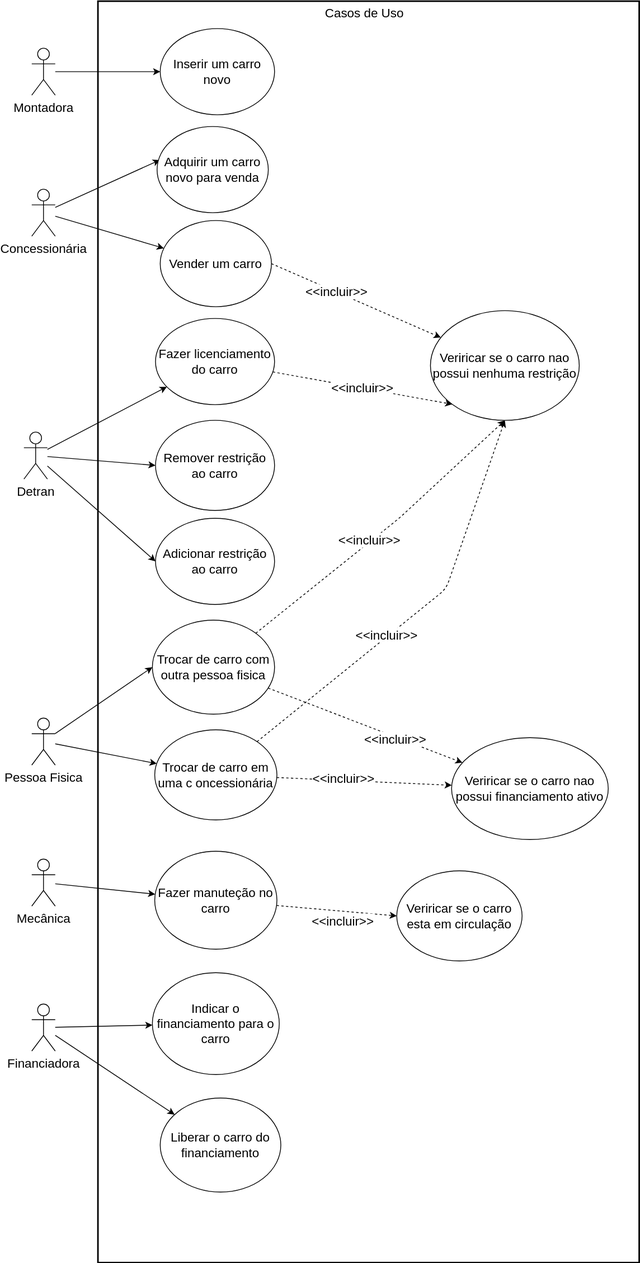
Above: docs/diagrams/uml/use_cases.drawio.svg in yurihartmann/car_lifes_cycle_hyperledger_fabric (draw.io), before the change. Source tidied: cells renumbered, new cells last; positions are measured from the earlier drawing's top-left corner, leaving out a move shared by most shapes. The source it was exported from:
```xml
<mxGraphModel>
  <root>
    <mxCell id="0" />
    <mxCell id="1" parent="0" />
    <mxCell id="2" style="rounded=0;whiteSpace=wrap;html=1;fontSize=16;strokeWidth=2;" parent="1" vertex="1">
      <mxGeometry x="94.5" width="691" height="1610" as="geometry" />
    </mxCell>
    <mxCell id="3" value="&lt;font style=&quot;font-size: 16px;&quot;&gt;Casos de Uso&lt;/font&gt;" style="text;html=1;strokeColor=none;fillColor=none;align=center;verticalAlign=middle;whiteSpace=wrap;rounded=0;fontSize=16;" parent="1" vertex="1">
      <mxGeometry x="369.5" width="130" height="30" as="geometry" />
    </mxCell>
    <mxCell id="4" style="edgeStyle=none;html=1;fontSize=16;" parent="1" edge="1" source="5" target="10">
      <mxGeometry relative="1" as="geometry" />
    </mxCell>
    <mxCell id="5" value="Montadora" style="shape=umlActor;verticalLabelPosition=bottom;verticalAlign=top;html=1;outlineConnect=0;fontSize=16;" parent="1" vertex="1">
      <mxGeometry x="10" y="60" width="30" height="60" as="geometry" />
    </mxCell>
    <mxCell id="6" style="edgeStyle=none;html=1;fontSize=16;" parent="1" edge="1" source="9" target="12">
      <mxGeometry relative="1" as="geometry" />
    </mxCell>
    <mxCell id="7" style="edgeStyle=none;html=1;entryX=0;entryY=0.5;entryDx=0;entryDy=0;fontSize=16;" parent="1" edge="1" source="9" target="39">
      <mxGeometry relative="1" as="geometry" />
    </mxCell>
    <mxCell id="8" style="edgeStyle=none;html=1;entryX=0;entryY=0.5;entryDx=0;entryDy=0;fontSize=16;" parent="1" edge="1" source="9" target="40">
      <mxGeometry relative="1" as="geometry" />
    </mxCell>
    <mxCell id="9" value="Detran&lt;br style=&quot;font-size: 16px;&quot;&gt;" style="shape=umlActor;verticalLabelPosition=bottom;verticalAlign=top;html=1;outlineConnect=0;fontSize=16;" parent="1" vertex="1">
      <mxGeometry y="550" width="30" height="60" as="geometry" />
    </mxCell>
    <mxCell id="10" value="Inserir um carro novo" style="ellipse;whiteSpace=wrap;html=1;fontSize=16;" parent="1" vertex="1">
      <mxGeometry x="174" y="35" width="146" height="110" as="geometry" />
    </mxCell>
    <mxCell id="11" value="&amp;lt;&amp;lt;incluir&amp;gt;&amp;gt;" style="edgeStyle=none;html=1;dashed=1;fontSize=16;entryX=0;entryY=1;entryDx=0;entryDy=0;" parent="1" edge="1" source="12" target="38">
      <mxGeometry relative="1" as="geometry" />
    </mxCell>
    <mxCell id="12" value="Fazer licenciamento do carro" style="ellipse;whiteSpace=wrap;html=1;fontSize=16;" parent="1" vertex="1">
      <mxGeometry x="168" y="405" width="152" height="110" as="geometry" />
    </mxCell>
    <mxCell id="13" style="edgeStyle=none;html=1;fontSize=16;" parent="1" edge="1" source="14" target="17">
      <mxGeometry relative="1" as="geometry" />
    </mxCell>
    <mxCell id="14" value="Mecânica" style="shape=umlActor;verticalLabelPosition=bottom;verticalAlign=top;html=1;outlineConnect=0;fontSize=16;" parent="1" vertex="1">
      <mxGeometry x="10" y="1095" width="30" height="60" as="geometry" />
    </mxCell>
    <mxCell id="15" style="edgeStyle=none;html=1;dashed=1;fontSize=16;entryX=0;entryY=0.5;entryDx=0;entryDy=0;" parent="1" edge="1" source="17" target="41">
      <mxGeometry relative="1" as="geometry" />
    </mxCell>
    <mxCell id="16" value="&amp;lt;&amp;lt;incluir&amp;gt;&amp;gt;" style="edgeLabel;html=1;align=center;verticalAlign=middle;fontSize=16;" parent="15" vertex="1">
      <mxGeometry x="0.28" y="2" relative="1" as="geometry">
        <mxPoint x="-15" y="13" as="offset" />
      </mxGeometry>
    </mxCell>
    <mxCell id="17" value="Fazer manuteção no carro" style="ellipse;whiteSpace=wrap;html=1;fontSize=16;" parent="1" vertex="1">
      <mxGeometry x="167" y="1085" width="156" height="125" as="geometry" />
    </mxCell>
    <mxCell id="18" style="edgeStyle=none;html=1;fontSize=16;" parent="1" edge="1" source="20" target="21">
      <mxGeometry relative="1" as="geometry" />
    </mxCell>
    <mxCell id="19" style="edgeStyle=none;html=1;entryX=0.025;entryY=0.388;entryDx=0;entryDy=0;entryPerimeter=0;fontSize=16;" parent="1" edge="1" source="20" target="22">
      <mxGeometry relative="1" as="geometry" />
    </mxCell>
    <mxCell id="20" value="&lt;span style=&quot;font-size: 16px; background-color: rgb(255, 255, 255);&quot;&gt;Concessionária&lt;/span&gt;" style="shape=umlActor;verticalLabelPosition=bottom;verticalAlign=top;html=1;outlineConnect=0;fontSize=16;" parent="1" vertex="1">
      <mxGeometry x="10" y="240" width="30" height="60" as="geometry" />
    </mxCell>
    <mxCell id="21" value="Vender um carro" style="ellipse;whiteSpace=wrap;html=1;fontSize=16;" parent="1" vertex="1">
      <mxGeometry x="174" y="280" width="142" height="110" as="geometry" />
    </mxCell>
    <mxCell id="22" value="Adquirir um carro novo para venda" style="ellipse;whiteSpace=wrap;html=1;fontSize=16;" parent="1" vertex="1">
      <mxGeometry x="170" y="160" width="142" height="110" as="geometry" />
    </mxCell>
    <mxCell id="23" style="edgeStyle=none;html=1;dashed=1;fontSize=16;exitX=1;exitY=0.5;exitDx=0;exitDy=0;" parent="1" edge="1" source="21" target="38">
      <mxGeometry relative="1" as="geometry" />
    </mxCell>
    <mxCell id="24" value="&amp;lt;&amp;lt;incluir&amp;gt;&amp;gt;" style="edgeLabel;html=1;align=center;verticalAlign=middle;fontSize=16;" parent="23" vertex="1">
      <mxGeometry x="-0.24" y="1" relative="1" as="geometry" />
    </mxCell>
    <mxCell id="25" style="edgeStyle=none;html=1;entryX=0;entryY=0.5;entryDx=0;entryDy=0;fontSize=16;" parent="1" edge="1" source="27" target="32">
      <mxGeometry relative="1" as="geometry" />
    </mxCell>
    <mxCell id="26" style="edgeStyle=none;html=1;fontSize=16;" parent="1" edge="1" source="27" target="37">
      <mxGeometry relative="1" as="geometry" />
    </mxCell>
    <mxCell id="27" value="Pessoa Fisica" style="shape=umlActor;verticalLabelPosition=bottom;verticalAlign=top;html=1;outlineConnect=0;fontSize=16;" parent="1" vertex="1">
      <mxGeometry x="10" y="915" width="30" height="60" as="geometry" />
    </mxCell>
    <mxCell id="28" style="edgeStyle=none;html=1;entryX=0.5;entryY=1;entryDx=0;entryDy=0;dashed=1;fontSize=16;" parent="1" edge="1" source="32" target="38">
      <mxGeometry relative="1" as="geometry">
        <Array as="points">
          <mxPoint x="479" y="660" />
        </Array>
      </mxGeometry>
    </mxCell>
    <mxCell id="29" value="&amp;lt;&amp;lt;incluir&amp;gt;&amp;gt;" style="edgeLabel;html=1;align=center;verticalAlign=middle;fontSize=16;" parent="28" vertex="1">
      <mxGeometry x="-0.1" y="3" relative="1" as="geometry" />
    </mxCell>
    <mxCell id="30" style="edgeStyle=none;html=1;dashed=1;fontSize=16;" parent="1" edge="1" source="32" target="42">
      <mxGeometry relative="1" as="geometry" />
    </mxCell>
    <mxCell id="31" value="&lt;span style=&quot;font-size: 16px;&quot;&gt;&amp;lt;&amp;lt;incluir&amp;gt;&amp;gt;&lt;/span&gt;" style="edgeLabel;html=1;align=center;verticalAlign=middle;fontSize=16;" parent="30" vertex="1">
      <mxGeometry x="0.31" y="-3" relative="1" as="geometry" />
    </mxCell>
    <mxCell id="32" value="Trocar de carro com outra pessoa fisica" style="ellipse;whiteSpace=wrap;html=1;fontSize=16;" parent="1" vertex="1">
      <mxGeometry x="164" y="790" width="156" height="120" as="geometry" />
    </mxCell>
    <mxCell id="33" style="edgeStyle=none;html=1;dashed=1;fontSize=16;entryX=0.5;entryY=1;entryDx=0;entryDy=0;" parent="1" edge="1" source="37" target="38">
      <mxGeometry relative="1" as="geometry">
        <Array as="points">
          <mxPoint x="539" y="750" />
        </Array>
      </mxGeometry>
    </mxCell>
    <mxCell id="34" value="&amp;lt;&amp;lt;incluir&amp;gt;&amp;gt;" style="edgeLabel;html=1;align=center;verticalAlign=middle;fontSize=16;" parent="33" vertex="1">
      <mxGeometry x="-0.2" y="3" relative="1" as="geometry" />
    </mxCell>
    <mxCell id="35" style="edgeStyle=none;html=1;dashed=1;fontSize=16;" parent="1" edge="1" source="37" target="42">
      <mxGeometry relative="1" as="geometry" />
    </mxCell>
    <mxCell id="36" value="&lt;span style=&quot;font-size: 16px;&quot;&gt;&amp;lt;&amp;lt;incluir&amp;gt;&amp;gt;&lt;/span&gt;" style="edgeLabel;html=1;align=center;verticalAlign=middle;fontSize=16;" parent="35" vertex="1">
      <mxGeometry x="-0.24" y="3" relative="1" as="geometry" />
    </mxCell>
    <mxCell id="37" value="Trocar de carro em uma c&lt;span style=&quot;background-color: rgb(255, 255, 255); font-size: 16px;&quot;&gt;&lt;font style=&quot;font-size: 16px;&quot;&gt;oncessionária&lt;/font&gt;&lt;/span&gt;" style="ellipse;whiteSpace=wrap;html=1;fontSize=16;" parent="1" vertex="1">
      <mxGeometry x="167" y="930" width="156" height="115" as="geometry" />
    </mxCell>
    <mxCell id="38" value="Veriricar se o carro nao possui nenhuma restrição" style="ellipse;whiteSpace=wrap;html=1;fontSize=16;" parent="1" vertex="1">
      <mxGeometry x="519" y="395" width="190" height="140" as="geometry" />
    </mxCell>
    <mxCell id="39" value="Adicionar restrição ao carro" style="ellipse;whiteSpace=wrap;html=1;fontSize=16;" parent="1" vertex="1">
      <mxGeometry x="168" y="660" width="152" height="110" as="geometry" />
    </mxCell>
    <mxCell id="40" value="Remover restrição ao carro" style="ellipse;whiteSpace=wrap;html=1;fontSize=16;" parent="1" vertex="1">
      <mxGeometry x="168" y="535" width="152" height="115" as="geometry" />
    </mxCell>
    <mxCell id="41" value="Veriricar se o carro esta em circulação" style="ellipse;whiteSpace=wrap;html=1;fontSize=16;" parent="1" vertex="1">
      <mxGeometry x="476" y="1110" width="160" height="115" as="geometry" />
    </mxCell>
    <mxCell id="42" value="Veriricar se o carro nao possui financiamento ativo" style="ellipse;whiteSpace=wrap;html=1;fontSize=16;" parent="1" vertex="1">
      <mxGeometry x="546" y="940" width="200" height="130" as="geometry" />
    </mxCell>
    <mxCell id="43" style="edgeStyle=none;html=1;fontSize=16;" parent="1" edge="1" source="45" target="46">
      <mxGeometry relative="1" as="geometry" />
    </mxCell>
    <mxCell id="44" style="edgeStyle=none;html=1;fontSize=16;" parent="1" edge="1" source="45" target="47">
      <mxGeometry relative="1" as="geometry" />
    </mxCell>
    <mxCell id="45" value="Financiadora" style="shape=umlActor;verticalLabelPosition=bottom;verticalAlign=top;html=1;outlineConnect=0;fontSize=16;" parent="1" vertex="1">
      <mxGeometry x="10" y="1280" width="30" height="60" as="geometry" />
    </mxCell>
    <mxCell id="46" value="Indicar o financiamento para o carro" style="ellipse;whiteSpace=wrap;html=1;fontSize=16;" parent="1" vertex="1">
      <mxGeometry x="164" y="1240" width="162" height="130" as="geometry" />
    </mxCell>
    <mxCell id="47" value="Liberar o carro do financiamento" style="ellipse;whiteSpace=wrap;html=1;fontSize=16;" parent="1" vertex="1">
      <mxGeometry x="174" y="1400" width="154" height="120" as="geometry" />
    </mxCell>
  </root>
</mxGraphModel>
```
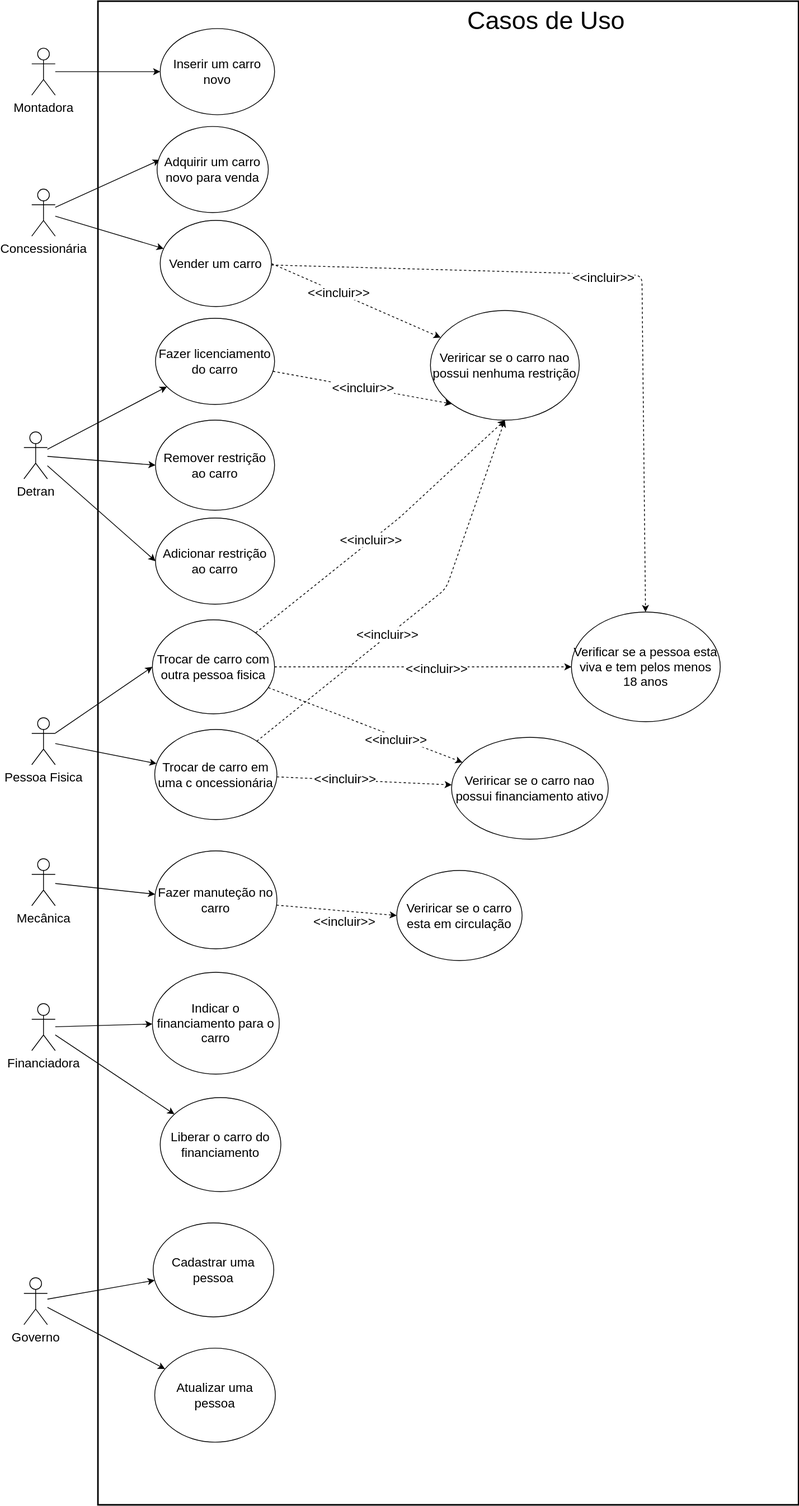
Later version of the same file.

The edit, as a diff of the source:
```diff
@@ -3,10 +3,10 @@
     <mxCell id="0" />
     <mxCell id="1" parent="0" />
     <mxCell id="2" style="rounded=0;whiteSpace=wrap;html=1;fontSize=16;strokeWidth=2;" parent="1" vertex="1">
-      <mxGeometry x="94.5" width="691" height="1610" as="geometry" />
+      <mxGeometry x="94.5" width="894.5" height="1920" as="geometry" />
     </mxCell>
-    <mxCell id="3" value="&lt;font style=&quot;font-size: 16px;&quot;&gt;Casos de Uso&lt;/font&gt;" style="text;html=1;strokeColor=none;fillColor=none;align=center;verticalAlign=middle;whiteSpace=wrap;rounded=0;fontSize=16;" parent="1" vertex="1">
-      <mxGeometry x="369.5" width="130" height="30" as="geometry" />
+    <mxCell id="3" value="&lt;font style=&quot;font-size: 32px;&quot;&gt;Casos de Uso&lt;/font&gt;" style="text;html=1;strokeColor=none;fillColor=none;align=center;verticalAlign=middle;whiteSpace=wrap;rounded=0;fontSize=16;" parent="1" vertex="1">
+      <mxGeometry x="422" y="10" width="489.5" height="30" as="geometry" />
     </mxCell>
     <mxCell id="4" style="edgeStyle=none;html=1;fontSize=16;" parent="1" edge="1" source="5" target="10">
       <mxGeometry relative="1" as="geometry" />
@@ -61,6 +61,16 @@
     <mxCell id="20" value="&lt;span style=&quot;font-size: 16px; background-color: rgb(255, 255, 255);&quot;&gt;Concessionária&lt;/span&gt;" style="shape=umlActor;verticalLabelPosition=bottom;verticalAlign=top;html=1;outlineConnect=0;fontSize=16;" parent="1" vertex="1">
       <mxGeometry x="10" y="240" width="30" height="60" as="geometry" />
     </mxCell>
+    <mxCell id="48" style="edgeStyle=none;html=1;dashed=1;" parent="1" edge="1" source="21" target="57">
+      <mxGeometry relative="1" as="geometry">
+        <Array as="points">
+          <mxPoint x="789" y="350" />
+        </Array>
+      </mxGeometry>
+    </mxCell>
+    <mxCell id="49" value="&lt;span style=&quot;font-size: 16px;&quot;&gt;&amp;lt;&amp;lt;incluir&amp;gt;&amp;gt;&lt;/span&gt;" style="edgeLabel;html=1;align=center;verticalAlign=middle;" parent="48" vertex="1">
+      <mxGeometry x="-0.06" y="-3" relative="1" as="geometry" />
+    </mxCell>
     <mxCell id="21" value="Vender um carro" style="ellipse;whiteSpace=wrap;html=1;fontSize=16;" parent="1" vertex="1">
       <mxGeometry x="174" y="280" width="142" height="110" as="geometry" />
     </mxCell>
@@ -98,6 +108,12 @@
     <mxCell id="31" value="&lt;span style=&quot;font-size: 16px;&quot;&gt;&amp;lt;&amp;lt;incluir&amp;gt;&amp;gt;&lt;/span&gt;" style="edgeLabel;html=1;align=center;verticalAlign=middle;fontSize=16;" parent="30" vertex="1">
       <mxGeometry x="0.31" y="-3" relative="1" as="geometry" />
     </mxCell>
+    <mxCell id="50" style="edgeStyle=none;html=1;dashed=1;" parent="1" edge="1" source="32" target="57">
+      <mxGeometry relative="1" as="geometry" />
+    </mxCell>
+    <mxCell id="51" value="&lt;span style=&quot;font-size: 16px;&quot;&gt;&amp;lt;&amp;lt;incluir&amp;gt;&amp;gt;&lt;/span&gt;" style="edgeLabel;html=1;align=center;verticalAlign=middle;" parent="50" vertex="1">
+      <mxGeometry x="0.09" y="-1" relative="1" as="geometry" />
+    </mxCell>
     <mxCell id="32" value="Trocar de carro com outra pessoa fisica" style="ellipse;whiteSpace=wrap;html=1;fontSize=16;" parent="1" vertex="1">
       <mxGeometry x="164" y="790" width="156" height="120" as="geometry" />
     </mxCell>
@@ -150,5 +166,23 @@
     <mxCell id="47" value="Liberar o carro do financiamento" style="ellipse;whiteSpace=wrap;html=1;fontSize=16;" parent="1" vertex="1">
       <mxGeometry x="174" y="1400" width="154" height="120" as="geometry" />
     </mxCell>
+    <mxCell id="52" style="edgeStyle=none;html=1;" parent="1" edge="1" source="54" target="55">
+      <mxGeometry relative="1" as="geometry" />
+    </mxCell>
+    <mxCell id="53" style="edgeStyle=none;html=1;" parent="1" edge="1" source="54" target="56">
+      <mxGeometry relative="1" as="geometry" />
+    </mxCell>
+    <mxCell id="54" value="Governo" style="shape=umlActor;verticalLabelPosition=bottom;verticalAlign=top;html=1;outlineConnect=0;fontSize=16;" parent="1" vertex="1">
+      <mxGeometry y="1630" width="30" height="60" as="geometry" />
+    </mxCell>
+    <mxCell id="55" value="Cadastrar uma pessoa" style="ellipse;whiteSpace=wrap;html=1;fontSize=16;" parent="1" vertex="1">
+      <mxGeometry x="165" y="1560" width="154" height="120" as="geometry" />
+    </mxCell>
+    <mxCell id="56" value="Atualizar uma pessoa" style="ellipse;whiteSpace=wrap;html=1;fontSize=16;" parent="1" vertex="1">
+      <mxGeometry x="167" y="1720" width="154" height="120" as="geometry" />
+    </mxCell>
+    <mxCell id="57" value="Verificar se a pessoa esta viva e tem pelos menos 18 anos" style="ellipse;whiteSpace=wrap;html=1;fontSize=16;" parent="1" vertex="1">
+      <mxGeometry x="699" y="780" width="190" height="140" as="geometry" />
+    </mxCell>
   </root>
 </mxGraphModel>
```
